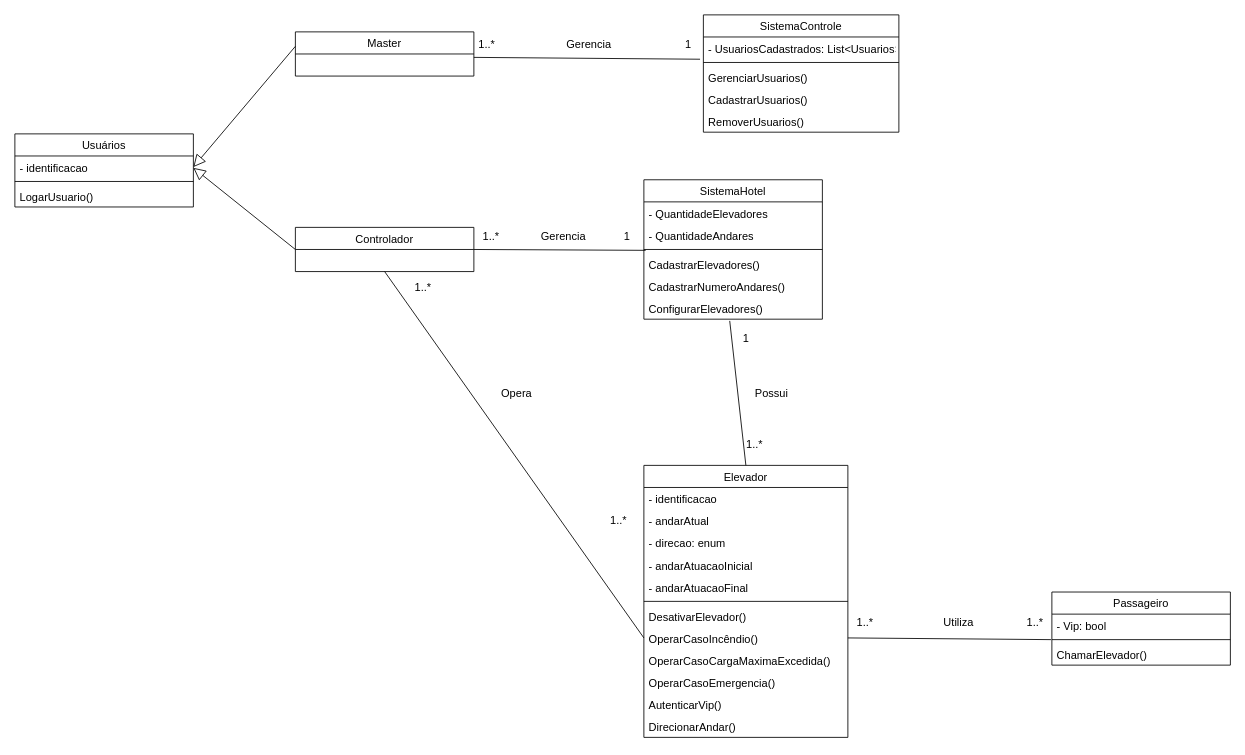
This is Diagrama de Classes.drawio from LucasAlmeida04/Projeto-Sistema-Elevadores, a draw.io file, before an edit. Source tidied: cells renumbered, new cells numbered last; positions are measured from the earlier drawing's top-left corner, leaving out a move shared by most shapes. Both pictures are drawn from the tidied source at 85%, with x=0, y=0 at pixel (14, 14).
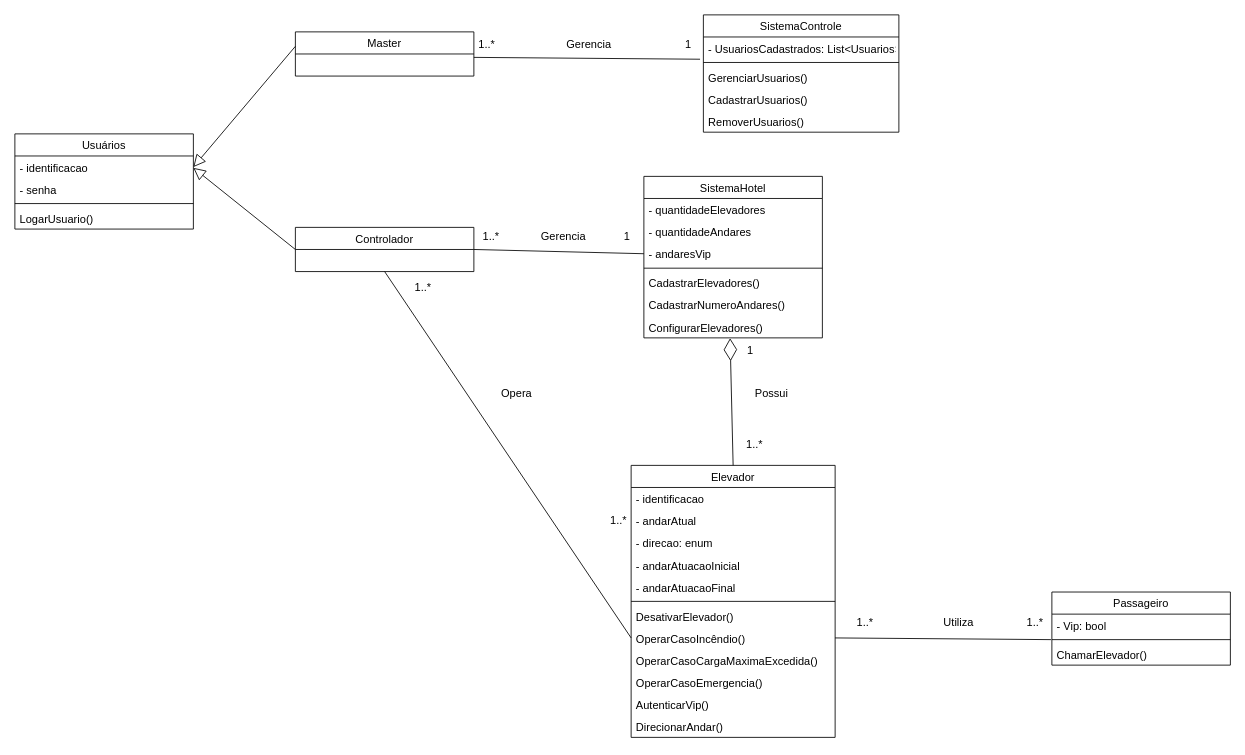
The same page after the edit.

Unchanged cells that the change refers to:
```xml
<mxCell id="26" value="Controlador" style="swimlane;fontStyle=0;horizontal=1;startSize=26;fillColor=none;fontSize=13;" parent="1" vertex="1">
  <mxGeometry x="330" y="250" width="210" height="52" as="geometry" />
</mxCell>
```

What changed in the source:
```diff
@@
     <mxCell id="2" value="Usuários" style="swimlane;fontStyle=0;horizontal=1;startSize=26;fillColor=none;fontSize=13;" parent="1" vertex="1">
-      <mxGeometry y="140" width="210" height="86" as="geometry" />
+      <mxGeometry y="140" width="210" height="112" as="geometry" />
     </mxCell>
@@
+    <mxCell id="60" value="- senha" style="text;strokeColor=none;fillColor=none;align=left;verticalAlign=top;spacingLeft=4;spacingRight=4;overflow=hidden;fontSize=13;" parent="2" vertex="1">
+      <mxGeometry y="52" width="210" height="26" as="geometry" />
+    </mxCell>
     <mxCell id="4" style="line;strokeWidth=1;fillColor=none;align=left;verticalAlign=middle;spacingTop=-1;spacingLeft=3;spacingRight=3;labelPosition=right;strokeColor=inherit;fontSize=13;" parent="2" vertex="1">
-      <mxGeometry y="52" width="210" height="8" as="geometry" />
+      <mxGeometry y="78" width="210" height="8" as="geometry" />
     </mxCell>
     <mxCell id="5" value="LogarUsuario()" style="text;strokeColor=none;fillColor=none;align=left;verticalAlign=top;spacingLeft=4;spacingRight=4;overflow=hidden;fontSize=13;" parent="2" vertex="1">
-      <mxGeometry y="60" width="210" height="26" as="geometry" />
+      <mxGeometry y="86" width="210" height="26" as="geometry" />
     </mxCell>
     <mxCell id="6" value="Elevador" style="swimlane;fontStyle=0;horizontal=1;startSize=26;fillColor=none;fontSize=13;" parent="1" vertex="1">
-      <mxGeometry x="740" y="530" width="240" height="320" as="geometry" />
+      <mxGeometry x="725" y="530" width="240" height="320" as="geometry" />
     </mxCell>
@@
     <mxCell id="19" value="SistemaHotel" style="swimlane;fontStyle=0;horizontal=1;startSize=26;fillColor=none;fontSize=13;" parent="1" vertex="1">
-      <mxGeometry x="740" y="194" width="210" height="164" as="geometry" />
+      <mxGeometry x="740" y="190" width="210" height="190" as="geometry" />
     </mxCell>
-    <mxCell id="20" value="- QuantidadeElevadores" style="text;strokeColor=none;fillColor=none;align=left;verticalAlign=top;spacingLeft=4;spacingRight=4;overflow=hidden;fontSize=13;" parent="19" vertex="1">
+    <mxCell id="20" value="- quantidadeElevadores" style="text;strokeColor=none;fillColor=none;align=left;verticalAlign=top;spacingLeft=4;spacingRight=4;overflow=hidden;fontSize=13;" parent="19" vertex="1">
       <mxGeometry y="26" width="210" height="26" as="geometry" />
     </mxCell>
-    <mxCell id="21" value="- QuantidadeAndares" style="text;strokeColor=none;fillColor=none;align=left;verticalAlign=top;spacingLeft=4;spacingRight=4;overflow=hidden;fontSize=13;" parent="19" vertex="1">
+    <mxCell id="21" value="- quantidadeAndares" style="text;strokeColor=none;fillColor=none;align=left;verticalAlign=top;spacingLeft=4;spacingRight=4;overflow=hidden;fontSize=13;" parent="19" vertex="1">
       <mxGeometry y="52" width="210" height="26" as="geometry" />
     </mxCell>
+    <mxCell id="61" value="- andaresVip" style="text;strokeColor=none;fillColor=none;align=left;verticalAlign=top;spacingLeft=4;spacingRight=4;overflow=hidden;points=[[0,0.5],[1,0.5]];portConstraint=eastwest;fontSize=13;" parent="19" vertex="1">
+      <mxGeometry y="78" width="210" height="26" as="geometry" />
+    </mxCell>
     <mxCell id="22" style="line;strokeWidth=1;fillColor=none;align=left;verticalAlign=middle;spacingTop=-1;spacingLeft=3;spacingRight=3;labelPosition=right;strokeColor=inherit;fontSize=13;" parent="19" vertex="1">
-      <mxGeometry y="78" width="210" height="8" as="geometry" />
+      <mxGeometry y="104" width="210" height="8" as="geometry" />
     </mxCell>
     <mxCell id="23" value="CadastrarElevadores()" style="text;strokeColor=none;fillColor=none;align=left;verticalAlign=top;spacingLeft=4;spacingRight=4;overflow=hidden;points=[[0,0.5],[1,0.5]];portConstraint=eastwest;fontSize=13;" parent="19" vertex="1">
-      <mxGeometry y="86" width="210" height="26" as="geometry" />
+      <mxGeometry y="112" width="210" height="26" as="geometry" />
     </mxCell>
     <mxCell id="24" value="CadastrarNumeroAndares()" style="text;strokeColor=none;fillColor=none;align=left;verticalAlign=top;spacingLeft=4;spacingRight=4;overflow=hidden;fontSize=13;" parent="19" vertex="1">
-      <mxGeometry y="112" width="210" height="26" as="geometry" />
+      <mxGeometry y="138" width="210" height="26" as="geometry" />
     </mxCell>
     <mxCell id="25" value="ConfigurarElevadores()" style="text;strokeColor=none;fillColor=none;align=left;verticalAlign=top;spacingLeft=4;spacingRight=4;overflow=hidden;points=[[0,0.5],[1,0.5]];portConstraint=eastwest;fontSize=13;" parent="19" vertex="1">
-      <mxGeometry y="138" width="210" height="26" as="geometry" />
+      <mxGeometry y="164" width="210" height="26" as="geometry" />
     </mxCell>
@@
-    <mxCell id="33" style="endArrow=none;html=1;rounded=0;exitX=1;exitY=0.5;exitDx=0;exitDy=0;entryX=0.01;entryY=-0.115;entryDx=0;entryDy=0;entryPerimeter=0;fontSize=13;" parent="1" edge="1" source="26" target="23">
+    <mxCell id="33" style="endArrow=none;html=1;rounded=0;exitX=1;exitY=0.5;exitDx=0;exitDy=0;entryX=0;entryY=0.5;entryDx=0;entryDy=0;fontSize=13;" parent="1" edge="1" source="26" target="61">
       <mxGeometry relative="1" as="geometry" />
     </mxCell>
-    <mxCell id="34" style="endArrow=none;html=1;rounded=0;entryX=0.5;entryY=0;entryDx=0;entryDy=0;exitX=0.481;exitY=1.077;exitDx=0;exitDy=0;exitPerimeter=0;fontSize=13;" parent="1" edge="1" source="25" target="6">
-      <mxGeometry relative="1" as="geometry" />
-    </mxCell>
@@
     <mxCell id="54" value="1" style="text;html=1;align=center;verticalAlign=middle;strokeColor=none;fillColor=none;fontSize=13;" parent="1" vertex="1">
-      <mxGeometry x="845" y="365" width="30" height="30" as="geometry" />
+      <mxGeometry x="850" y="380" width="30" height="30" as="geometry" />
     </mxCell>
@@
+    <mxCell id="62" style="endArrow=diamondThin;endFill=0;endSize=24;html=1;rounded=0;exitX=0.5;exitY=0;exitDx=0;exitDy=0;entryX=0.483;entryY=1.016;entryDx=0;entryDy=0;entryPerimeter=0;" parent="1" edge="1" source="6" target="25">
+      <mxGeometry relative="1" as="geometry" />
+    </mxCell>
```
